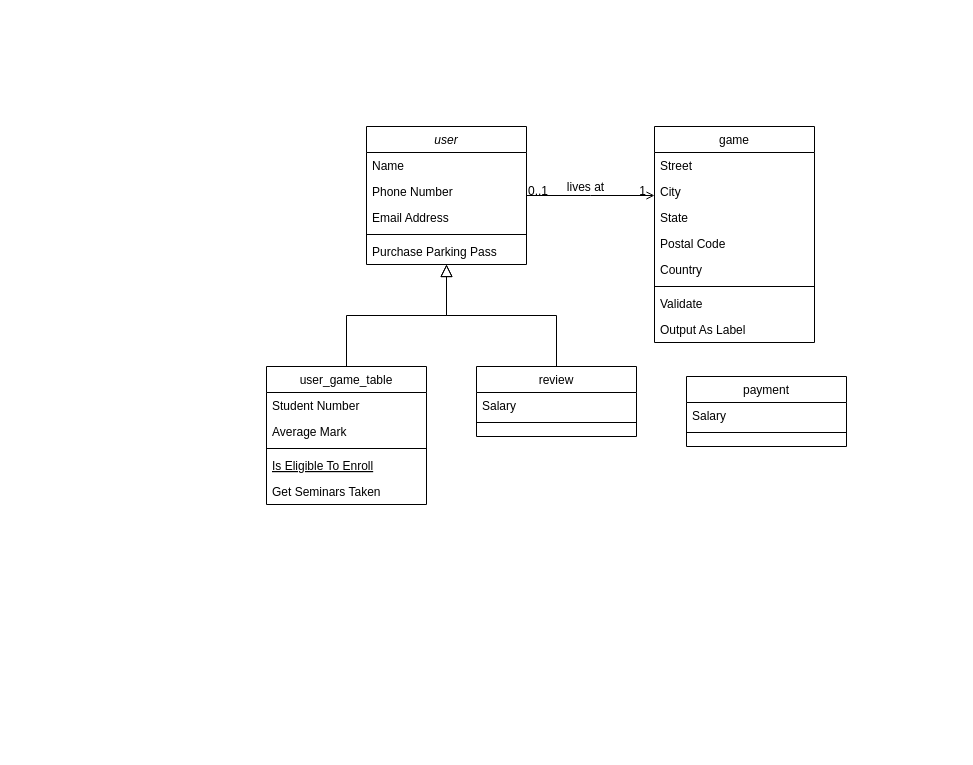
Earlier version of the draw.io diagram main_db.drawio (tomasferreiradesa/desarquivados-platform-db-schema). Source tidied: cells renumbered, new cells numbered last; positions are measured from the earlier drawing's top-left corner, leaving out a move shared by most shapes. Both pictures are drawn from the tidied source at 100%, with x=0, y=0 at pixel (266, 126).
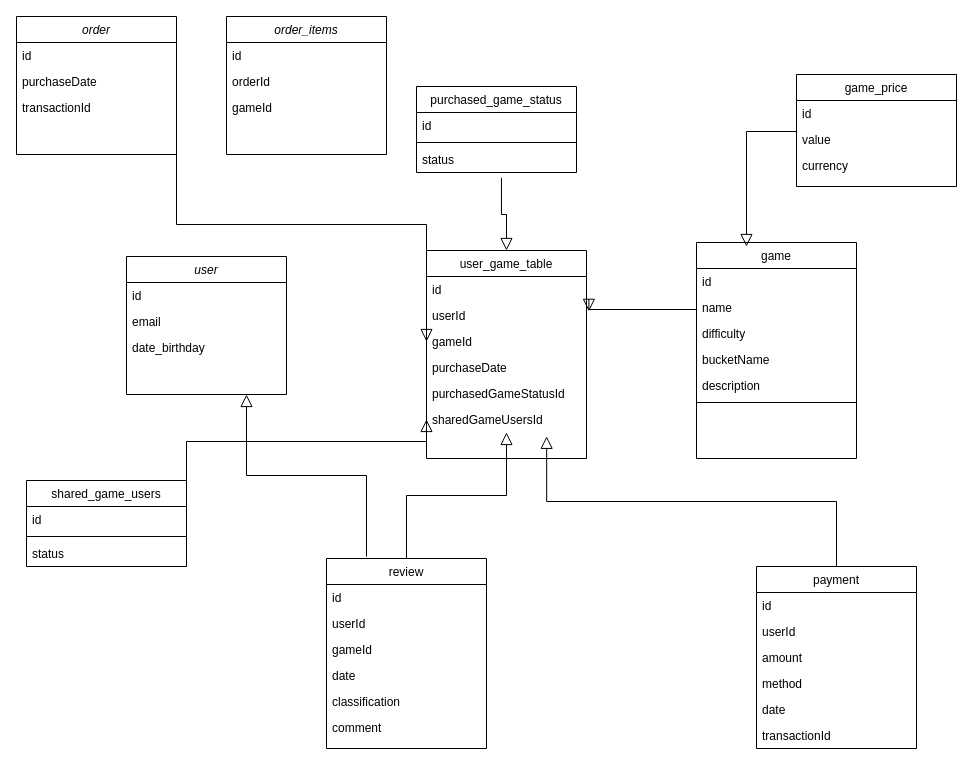
The same page after the edit.

What changed in the source:
```diff
@@
-    <mxCell id="2" value="user" style="swimlane;fontStyle=2;align=center;verticalAlign=top;horizontal=1;startSize=26;rounded=0;shadow=0;strokeWidth=1;" parent="1" vertex="1">
-      <mxGeometry x="100" width="160" height="138" as="geometry" />
+    <mxCell id="2" value="order" style="swimlane;fontStyle=2;align=center;verticalAlign=top;horizontal=1;startSize=26;rounded=0;shadow=0;strokeWidth=1;" parent="1" vertex="1">
+      <mxGeometry x="-250" y="-110" width="160" height="138" as="geometry" />
     </mxCell>
-    <mxCell id="3" value="Name" style="text;align=left;verticalAlign=top;spacingLeft=4;spacingRight=4;overflow=hidden;" parent="2" vertex="1">
+    <mxCell id="3" value="id" style="text;align=left;verticalAlign=top;spacingLeft=4;spacingRight=4;overflow=hidden;" parent="2" vertex="1">
       <mxGeometry y="26" width="160" height="26" as="geometry" />
     </mxCell>
-    <mxCell id="4" value="Phone Number" style="text;align=left;verticalAlign=top;spacingLeft=4;spacingRight=4;overflow=hidden;rounded=0;shadow=0;html=0;" parent="2" vertex="1">
+    <mxCell id="4" value="purchaseDate" style="text;align=left;verticalAlign=top;spacingLeft=4;spacingRight=4;overflow=hidden;rounded=0;shadow=0;html=0;" parent="2" vertex="1">
       <mxGeometry y="52" width="160" height="26" as="geometry" />
     </mxCell>
-    <mxCell id="5" value="Email Address" style="text;align=left;verticalAlign=top;spacingLeft=4;spacingRight=4;overflow=hidden;rounded=0;shadow=0;html=0;" parent="2" vertex="1">
-      <mxGeometry y="78" width="160" height="26" as="geometry" />
-    </mxCell>
-    <mxCell id="6" style="line;html=1;strokeWidth=1;align=left;verticalAlign=middle;spacingTop=-1;spacingLeft=3;spacingRight=3;labelPosition=right;" parent="2" vertex="1">
-      <mxGeometry y="104" width="160" height="8" as="geometry" />
-    </mxCell>
-    <mxCell id="7" value="Purchase Parking Pass" style="text;align=left;verticalAlign=top;spacingLeft=4;spacingRight=4;overflow=hidden;" parent="2" vertex="1">
-      <mxGeometry y="112" width="160" height="26" as="geometry" />
-    </mxCell>
+    <mxCell id="35" value="transactionId" style="text;align=left;verticalAlign=top;spacingLeft=4;spacingRight=4;overflow=hidden;points=[[0,0.5],[1,0.5]];portConstraint=eastwest;rounded=0;shadow=0;html=0;" parent="2" vertex="1">
+      <mxGeometry y="78" width="160" height="26" as="geometry" />
+    </mxCell>
     <mxCell id="8" value="user_game_table&#10;" style="swimlane;fontStyle=0;align=center;verticalAlign=top;horizontal=1;startSize=26;rounded=0;shadow=0;strokeWidth=1;" parent="1" vertex="1">
-      <mxGeometry y="240" width="160" height="138" as="geometry" />
+      <mxGeometry x="160" y="124" width="160" height="208" as="geometry" />
     </mxCell>
-    <mxCell id="9" value="Student Number" style="text;align=left;verticalAlign=top;spacingLeft=4;spacingRight=4;overflow=hidden;" parent="8" vertex="1">
+    <mxCell id="9" value="id" style="text;align=left;verticalAlign=top;spacingLeft=4;spacingRight=4;overflow=hidden;" parent="8" vertex="1">
       <mxGeometry y="26" width="160" height="26" as="geometry" />
     </mxCell>
+    <mxCell id="36" value="userId" style="text;align=left;verticalAlign=top;spacingLeft=4;spacingRight=4;overflow=hidden;points=[[0,0.5],[1,0.5]];portConstraint=eastwest;" parent="8" vertex="1">
+      <mxGeometry y="52" width="160" height="26" as="geometry" />
+    </mxCell>
-    <mxCell id="10" value="Average Mark" style="text;align=left;verticalAlign=top;spacingLeft=4;spacingRight=4;overflow=hidden;points=[[0,0.5],[1,0.5]];portConstraint=eastwest;rounded=0;shadow=0;html=0;" parent="8" vertex="1">
-      <mxGeometry y="52" width="160" height="26" as="geometry" />
+    <mxCell id="10" value="gameId" style="text;align=left;verticalAlign=top;spacingLeft=4;spacingRight=4;overflow=hidden;points=[[0,0.5],[1,0.5]];portConstraint=eastwest;rounded=0;shadow=0;html=0;" parent="8" vertex="1">
+      <mxGeometry y="78" width="160" height="26" as="geometry" />
     </mxCell>
-    <mxCell id="11" style="line;html=1;strokeWidth=1;align=left;verticalAlign=middle;spacingTop=-1;spacingLeft=3;spacingRight=3;labelPosition=right;" parent="8" vertex="1">
-      <mxGeometry y="78" width="160" height="8" as="geometry" />
-    </mxCell>
-    <mxCell id="12" value="Is Eligible To Enroll" style="text;align=left;verticalAlign=top;spacingLeft=4;spacingRight=4;overflow=hidden;fontStyle=4;" parent="8" vertex="1">
-      <mxGeometry y="86" width="160" height="26" as="geometry" />
-    </mxCell>
-    <mxCell id="13" value="Get Seminars Taken" style="text;align=left;verticalAlign=top;spacingLeft=4;spacingRight=4;overflow=hidden;" parent="8" vertex="1">
-      <mxGeometry y="112" width="160" height="26" as="geometry" />
-    </mxCell>
+    <mxCell id="37" value="purchaseDate" style="text;align=left;verticalAlign=top;spacingLeft=4;spacingRight=4;overflow=hidden;rounded=0;shadow=0;html=0;" parent="8" vertex="1">
+      <mxGeometry y="104" width="160" height="26" as="geometry" />
+    </mxCell>
+    <mxCell id="38" value="purchasedGameStatusId" style="text;align=left;verticalAlign=top;spacingLeft=4;spacingRight=4;overflow=hidden;rounded=0;shadow=0;html=0;" parent="8" vertex="1">
+      <mxGeometry y="130" width="160" height="26" as="geometry" />
+    </mxCell>
+    <mxCell id="39" value="sharedGameUsersId" style="text;align=left;verticalAlign=top;spacingLeft=4;spacingRight=4;overflow=hidden;points=[[0,0.5],[1,0.5]];portConstraint=eastwest;rounded=0;shadow=0;html=0;" parent="8" vertex="1">
+      <mxGeometry y="156" width="160" height="26" as="geometry" />
+    </mxCell>
-    <mxCell id="14" style="endArrow=block;endSize=10;endFill=0;shadow=0;strokeWidth=1;rounded=0;edgeStyle=elbowEdgeStyle;elbow=vertical;" parent="1" edge="1" source="8" target="2">
+    <mxCell id="14" style="endArrow=block;endSize=10;endFill=0;shadow=0;strokeWidth=1;rounded=0;edgeStyle=elbowEdgeStyle;elbow=vertical;exitX=1;exitY=0.5;exitDx=0;exitDy=0;entryX=0;entryY=0.5;entryDx=0;entryDy=0;" parent="1" edge="1" source="35" target="10">
       <mxGeometry relative="1" as="geometry" />
     </mxCell>
     <mxCell id="15" value="review" style="swimlane;fontStyle=0;align=center;verticalAlign=top;horizontal=1;startSize=26;rounded=0;shadow=0;strokeWidth=1;" parent="1" vertex="1">
-      <mxGeometry x="210" y="240" width="160" height="70" as="geometry" />
+      <mxGeometry x="60" y="432" width="160" height="190" as="geometry" />
     </mxCell>
-    <mxCell id="16" value="Salary" style="text;align=left;verticalAlign=top;spacingLeft=4;spacingRight=4;overflow=hidden;" parent="15" vertex="1">
+    <mxCell id="16" value="id" style="text;align=left;verticalAlign=top;spacingLeft=4;spacingRight=4;overflow=hidden;" parent="15" vertex="1">
       <mxGeometry y="26" width="160" height="26" as="geometry" />
     </mxCell>
-    <mxCell id="17" style="line;html=1;strokeWidth=1;align=left;verticalAlign=middle;spacingTop=-1;spacingLeft=3;spacingRight=3;labelPosition=right;" parent="15" vertex="1">
-      <mxGeometry y="52" width="160" height="8" as="geometry" />
-    </mxCell>
+    <mxCell id="40" value="userId" style="text;align=left;verticalAlign=top;spacingLeft=4;spacingRight=4;overflow=hidden;" parent="15" vertex="1">
+      <mxGeometry y="52" width="160" height="26" as="geometry" />
+    </mxCell>
+    <mxCell id="41" value="gameId" style="text;align=left;verticalAlign=top;spacingLeft=4;spacingRight=4;overflow=hidden;" parent="15" vertex="1">
+      <mxGeometry y="78" width="160" height="26" as="geometry" />
+    </mxCell>
+    <mxCell id="42" value="date" style="text;align=left;verticalAlign=top;spacingLeft=4;spacingRight=4;overflow=hidden;" parent="15" vertex="1">
+      <mxGeometry y="104" width="160" height="26" as="geometry" />
+    </mxCell>
+    <mxCell id="43" value="classification" style="text;align=left;verticalAlign=top;spacingLeft=4;spacingRight=4;overflow=hidden;" parent="15" vertex="1">
+      <mxGeometry y="130" width="160" height="26" as="geometry" />
+    </mxCell>
+    <mxCell id="44" value="comment" style="text;align=left;verticalAlign=top;spacingLeft=4;spacingRight=4;overflow=hidden;" parent="15" vertex="1">
+      <mxGeometry y="156" width="160" height="26" as="geometry" />
+    </mxCell>
-    <mxCell id="18" style="endArrow=block;endSize=10;endFill=0;shadow=0;strokeWidth=1;rounded=0;edgeStyle=elbowEdgeStyle;elbow=vertical;" parent="1" edge="1" source="15" target="2">
+    <mxCell id="18" style="endArrow=block;endSize=10;endFill=0;shadow=0;strokeWidth=1;rounded=0;edgeStyle=elbowEdgeStyle;elbow=vertical;" parent="1" edge="1" source="15" target="39">
       <mxGeometry relative="1" as="geometry" />
     </mxCell>
     <mxCell id="19" value="game" style="swimlane;fontStyle=0;align=center;verticalAlign=top;horizontal=1;startSize=26;rounded=0;shadow=0;strokeWidth=1;" parent="1" vertex="1">
-      <mxGeometry x="388" width="160" height="216" as="geometry" />
+      <mxGeometry x="430" y="116" width="160" height="216" as="geometry" />
     </mxCell>
-    <mxCell id="20" value="Street" style="text;align=left;verticalAlign=top;spacingLeft=4;spacingRight=4;overflow=hidden;" parent="19" vertex="1">
+    <mxCell id="20" value="id" style="text;align=left;verticalAlign=top;spacingLeft=4;spacingRight=4;overflow=hidden;" parent="19" vertex="1">
       <mxGeometry y="26" width="160" height="26" as="geometry" />
     </mxCell>
-    <mxCell id="21" value="City" style="text;align=left;verticalAlign=top;spacingLeft=4;spacingRight=4;overflow=hidden;points=[[0,0.5],[1,0.5]];portConstraint=eastwest;rounded=0;shadow=0;html=0;" parent="19" vertex="1">
+    <mxCell id="21" value="name" style="text;align=left;verticalAlign=top;spacingLeft=4;spacingRight=4;overflow=hidden;points=[[0,0.5],[1,0.5]];portConstraint=eastwest;rounded=0;shadow=0;html=0;" parent="19" vertex="1">
       <mxGeometry y="52" width="160" height="26" as="geometry" />
     </mxCell>
-    <mxCell id="22" value="State" style="text;align=left;verticalAlign=top;spacingLeft=4;spacingRight=4;overflow=hidden;rounded=0;shadow=0;html=0;" parent="19" vertex="1">
+    <mxCell id="22" value="difficulty" style="text;align=left;verticalAlign=top;spacingLeft=4;spacingRight=4;overflow=hidden;rounded=0;shadow=0;html=0;" parent="19" vertex="1">
       <mxGeometry y="78" width="160" height="26" as="geometry" />
     </mxCell>
-    <mxCell id="23" value="Postal Code" style="text;align=left;verticalAlign=top;spacingLeft=4;spacingRight=4;overflow=hidden;rounded=0;shadow=0;html=0;" parent="19" vertex="1">
+    <mxCell id="23" value="bucketName" style="text;align=left;verticalAlign=top;spacingLeft=4;spacingRight=4;overflow=hidden;rounded=0;shadow=0;html=0;" parent="19" vertex="1">
       <mxGeometry y="104" width="160" height="26" as="geometry" />
     </mxCell>
-    <mxCell id="24" value="Country" style="text;align=left;verticalAlign=top;spacingLeft=4;spacingRight=4;overflow=hidden;rounded=0;shadow=0;html=0;" parent="19" vertex="1">
+    <mxCell id="24" value="description" style="text;align=left;verticalAlign=top;spacingLeft=4;spacingRight=4;overflow=hidden;rounded=0;shadow=0;html=0;" parent="19" vertex="1">
       <mxGeometry y="130" width="160" height="26" as="geometry" />
     </mxCell>
@@
-    <mxCell id="26" value="Validate" style="text;align=left;verticalAlign=top;spacingLeft=4;spacingRight=4;overflow=hidden;" parent="19" vertex="1">
-      <mxGeometry y="164" width="160" height="26" as="geometry" />
-    </mxCell>
-    <mxCell id="27" value="Output As Label" style="text;align=left;verticalAlign=top;spacingLeft=4;spacingRight=4;overflow=hidden;" parent="19" vertex="1">
-      <mxGeometry y="190" width="160" height="26" as="geometry" />
-    </mxCell>
-    <mxCell id="28" style="endArrow=open;shadow=0;strokeWidth=1;rounded=0;endFill=1;edgeStyle=elbowEdgeStyle;elbow=vertical;" parent="1" edge="1" source="2" target="19">
-      <mxGeometry x="0.5" y="41" relative="1" as="geometry">
-        <mxPoint x="-40" y="32" as="offset" />
-      </mxGeometry>
-    </mxCell>
-    <mxCell id="29" value="0..1" style="align=left;verticalAlign=bottom;labelBackgroundColor=none;fontSize=12;" parent="28" vertex="1">
-      <mxGeometry x="-1" relative="1" as="geometry">
-        <mxPoint y="4" as="offset" />
-      </mxGeometry>
-    </mxCell>
-    <mxCell id="30" value="1" style="align=right;verticalAlign=bottom;labelBackgroundColor=none;fontSize=12;" parent="28" vertex="1">
-      <mxGeometry x="1" relative="1" as="geometry">
-        <mxPoint x="-7" y="4" as="offset" />
-      </mxGeometry>
-    </mxCell>
-    <mxCell id="31" value="lives at" style="text;html=1;align=center;verticalAlign=middle;labelBackgroundColor=none;rounded=0;shadow=0;strokeWidth=1;fontSize=12;" parent="28" vertex="1">
-      <mxGeometry x="0.5" y="49" relative="1" as="geometry">
-        <mxPoint x="-38" y="40" as="offset" />
-      </mxGeometry>
-    </mxCell>
     <mxCell id="32" value="payment" style="swimlane;fontStyle=0;align=center;verticalAlign=top;horizontal=1;startSize=26;rounded=0;shadow=0;strokeWidth=1;" parent="1" vertex="1">
-      <mxGeometry x="420" y="250" width="160" height="70" as="geometry" />
+      <mxGeometry x="490" y="440" width="160" height="182" as="geometry" />
     </mxCell>
-    <mxCell id="33" value="Salary" style="text;align=left;verticalAlign=top;spacingLeft=4;spacingRight=4;overflow=hidden;" parent="32" vertex="1">
-      <mxGeometry y="26" width="160" height="26" as="geometry" />
-    </mxCell>
-    <mxCell id="34" style="line;html=1;strokeWidth=1;align=left;verticalAlign=middle;spacingTop=-1;spacingLeft=3;spacingRight=3;labelPosition=right;" parent="32" vertex="1">
-      <mxGeometry y="52" width="160" height="8" as="geometry" />
-    </mxCell>
+    <mxCell id="45" value="id" style="text;align=left;verticalAlign=top;spacingLeft=4;spacingRight=4;overflow=hidden;rounded=0;shadow=0;html=0;" parent="32" vertex="1">
+      <mxGeometry y="26" width="160" height="26" as="geometry" />
+    </mxCell>
+    <mxCell id="46" value="userId" style="text;align=left;verticalAlign=top;spacingLeft=4;spacingRight=4;overflow=hidden;rounded=0;shadow=0;html=0;" parent="32" vertex="1">
+      <mxGeometry y="52" width="160" height="26" as="geometry" />
+    </mxCell>
+    <mxCell id="47" value="amount" style="text;align=left;verticalAlign=top;spacingLeft=4;spacingRight=4;overflow=hidden;rounded=0;shadow=0;html=0;" parent="32" vertex="1">
+      <mxGeometry y="78" width="160" height="26" as="geometry" />
+    </mxCell>
+    <mxCell id="48" value="method" style="text;align=left;verticalAlign=top;spacingLeft=4;spacingRight=4;overflow=hidden;rounded=0;shadow=0;html=0;" parent="32" vertex="1">
+      <mxGeometry y="104" width="160" height="26" as="geometry" />
+    </mxCell>
+    <mxCell id="49" value="date" style="text;align=left;verticalAlign=top;spacingLeft=4;spacingRight=4;overflow=hidden;rounded=0;shadow=0;html=0;" parent="32" vertex="1">
+      <mxGeometry y="130" width="160" height="26" as="geometry" />
+    </mxCell>
+    <mxCell id="50" value="transactionId" style="text;align=left;verticalAlign=top;spacingLeft=4;spacingRight=4;overflow=hidden;rounded=0;shadow=0;html=0;" parent="32" vertex="1">
+      <mxGeometry y="156" width="160" height="26" as="geometry" />
+    </mxCell>
+    <mxCell id="51" value="game_price" style="swimlane;fontStyle=0;align=center;verticalAlign=top;horizontal=1;startSize=26;rounded=0;shadow=0;strokeWidth=1;" parent="1" vertex="1">
+      <mxGeometry x="530" y="-52" width="160" height="112" as="geometry" />
+    </mxCell>
+    <mxCell id="52" value="id" style="text;align=left;verticalAlign=top;spacingLeft=4;spacingRight=4;overflow=hidden;" parent="51" vertex="1">
+      <mxGeometry y="26" width="160" height="26" as="geometry" />
+    </mxCell>
+    <mxCell id="53" value="value" style="text;align=left;verticalAlign=top;spacingLeft=4;spacingRight=4;overflow=hidden;" parent="51" vertex="1">
+      <mxGeometry y="52" width="160" height="26" as="geometry" />
+    </mxCell>
+    <mxCell id="54" value="currency" style="text;align=left;verticalAlign=top;spacingLeft=4;spacingRight=4;overflow=hidden;points=[[0,0.5],[1,0.5]];portConstraint=eastwest;" parent="51" vertex="1">
+      <mxGeometry y="78" width="160" height="26" as="geometry" />
+    </mxCell>
+    <mxCell id="55" value="purchased_game_status" style="swimlane;fontStyle=0;align=center;verticalAlign=top;horizontal=1;startSize=26;rounded=0;shadow=0;strokeWidth=1;" parent="1" vertex="1">
+      <mxGeometry x="150" y="-40" width="160" height="86" as="geometry" />
+    </mxCell>
+    <mxCell id="56" value="id" style="text;align=left;verticalAlign=top;spacingLeft=4;spacingRight=4;overflow=hidden;" parent="55" vertex="1">
+      <mxGeometry y="26" width="160" height="26" as="geometry" />
+    </mxCell>
+    <mxCell id="57" style="line;html=1;strokeWidth=1;align=left;verticalAlign=middle;spacingTop=-1;spacingLeft=3;spacingRight=3;labelPosition=right;" parent="55" vertex="1">
+      <mxGeometry y="52" width="160" height="8" as="geometry" />
+    </mxCell>
+    <mxCell id="58" value="status" style="text;align=left;verticalAlign=top;spacingLeft=4;spacingRight=4;overflow=hidden;points=[[0,0.5],[1,0.5]];portConstraint=eastwest;" parent="55" vertex="1">
+      <mxGeometry y="60" width="160" height="26" as="geometry" />
+    </mxCell>
+    <mxCell id="59" value="shared_game_users" style="swimlane;fontStyle=0;align=center;verticalAlign=top;horizontal=1;startSize=26;rounded=0;shadow=0;strokeWidth=1;" parent="1" vertex="1">
+      <mxGeometry x="-240" y="354" width="160" height="86" as="geometry" />
+    </mxCell>
+    <mxCell id="60" value="id" style="text;align=left;verticalAlign=top;spacingLeft=4;spacingRight=4;overflow=hidden;points=[[0,0.5],[1,0.5]];portConstraint=eastwest;" parent="59" vertex="1">
+      <mxGeometry y="26" width="160" height="26" as="geometry" />
+    </mxCell>
+    <mxCell id="61" style="line;html=1;strokeWidth=1;align=left;verticalAlign=middle;spacingTop=-1;spacingLeft=3;spacingRight=3;labelPosition=right;" parent="59" vertex="1">
+      <mxGeometry y="52" width="160" height="8" as="geometry" />
+    </mxCell>
+    <mxCell id="62" value="status" style="text;align=left;verticalAlign=top;spacingLeft=4;spacingRight=4;overflow=hidden;" parent="59" vertex="1">
+      <mxGeometry y="60" width="160" height="26" as="geometry" />
+    </mxCell>
+    <mxCell id="63" style="endArrow=block;endSize=10;endFill=0;shadow=0;strokeWidth=1;rounded=0;edgeStyle=elbowEdgeStyle;elbow=vertical;entryX=0.5;entryY=0;entryDx=0;entryDy=0;exitX=0.531;exitY=1.205;exitDx=0;exitDy=0;exitPerimeter=0;" parent="1" edge="1" source="58" target="8">
+      <mxGeometry relative="1" as="geometry" />
+    </mxCell>
+    <mxCell id="64" style="endArrow=block;endSize=10;endFill=0;shadow=0;strokeWidth=1;rounded=0;edgeStyle=elbowEdgeStyle;elbow=vertical;entryX=0;entryY=0.5;entryDx=0;entryDy=0;exitX=1;exitY=0.5;exitDx=0;exitDy=0;" parent="1" edge="1" source="60" target="39">
+      <mxGeometry relative="1" as="geometry">
+        <Array as="points">
+          <mxPoint x="70" y="315" />
+        </Array>
+      </mxGeometry>
+    </mxCell>
+    <mxCell id="65" style="endArrow=block;endSize=10;endFill=0;shadow=0;strokeWidth=1;rounded=0;edgeStyle=elbowEdgeStyle;elbow=vertical;entryX=0.75;entryY=0;entryDx=0;entryDy=0;exitX=0;exitY=0.5;exitDx=0;exitDy=0;" parent="1" edge="1" source="54">
+      <mxGeometry relative="1" as="geometry">
+        <mxPoint x="480" y="120" as="targetPoint" />
+        <Array as="points">
+          <mxPoint x="520" y="5" />
+        </Array>
+      </mxGeometry>
+    </mxCell>
+    <mxCell id="66" style="endArrow=block;endSize=10;endFill=0;shadow=0;strokeWidth=1;rounded=0;edgeStyle=elbowEdgeStyle;elbow=vertical;entryX=1.015;entryY=0.34;entryDx=0;entryDy=0;exitX=0;exitY=0.5;exitDx=0;exitDy=0;entryPerimeter=0;" parent="1" edge="1" source="21" target="36">
+      <mxGeometry relative="1" as="geometry" />
+    </mxCell>
+    <mxCell id="67" style="endArrow=block;endSize=10;endFill=0;shadow=0;strokeWidth=1;rounded=0;edgeStyle=elbowEdgeStyle;elbow=vertical;exitX=0.5;exitY=0;exitDx=0;exitDy=0;entryX=0.751;entryY=1.147;entryDx=0;entryDy=0;entryPerimeter=0;" parent="1" edge="1" source="32" target="39">
+      <mxGeometry relative="1" as="geometry" />
+    </mxCell>
+    <mxCell id="68" value="user" style="swimlane;fontStyle=2;align=center;verticalAlign=top;horizontal=1;startSize=26;rounded=0;shadow=0;strokeWidth=1;" parent="1" vertex="1">
+      <mxGeometry x="-140" y="130" width="160" height="138" as="geometry" />
+    </mxCell>
+    <mxCell id="69" value="id" style="text;align=left;verticalAlign=top;spacingLeft=4;spacingRight=4;overflow=hidden;" parent="68" vertex="1">
+      <mxGeometry y="26" width="160" height="26" as="geometry" />
+    </mxCell>
+    <mxCell id="70" value="email" style="text;align=left;verticalAlign=top;spacingLeft=4;spacingRight=4;overflow=hidden;rounded=0;shadow=0;html=0;" parent="68" vertex="1">
+      <mxGeometry y="52" width="160" height="26" as="geometry" />
+    </mxCell>
+    <mxCell id="71" value="date_birthday" style="text;align=left;verticalAlign=top;spacingLeft=4;spacingRight=4;overflow=hidden;rounded=0;shadow=0;html=0;" parent="68" vertex="1">
+      <mxGeometry y="78" width="160" height="26" as="geometry" />
+    </mxCell>
+    <mxCell id="72" value="order_items" style="swimlane;fontStyle=2;align=center;verticalAlign=top;horizontal=1;startSize=26;rounded=0;shadow=0;strokeWidth=1;" parent="1" vertex="1">
+      <mxGeometry x="-40" y="-110" width="160" height="138" as="geometry" />
+    </mxCell>
+    <mxCell id="73" value="id" style="text;align=left;verticalAlign=top;spacingLeft=4;spacingRight=4;overflow=hidden;" parent="72" vertex="1">
+      <mxGeometry y="26" width="160" height="26" as="geometry" />
+    </mxCell>
+    <mxCell id="74" value="orderId" style="text;align=left;verticalAlign=top;spacingLeft=4;spacingRight=4;overflow=hidden;rounded=0;shadow=0;html=0;" parent="72" vertex="1">
+      <mxGeometry y="52" width="160" height="26" as="geometry" />
+    </mxCell>
+    <mxCell id="75" value="gameId" style="text;align=left;verticalAlign=top;spacingLeft=4;spacingRight=4;overflow=hidden;rounded=0;shadow=0;html=0;" parent="72" vertex="1">
+      <mxGeometry y="78" width="160" height="26" as="geometry" />
+    </mxCell>
+    <mxCell id="76" style="endArrow=block;endSize=10;endFill=0;shadow=0;strokeWidth=1;rounded=0;edgeStyle=elbowEdgeStyle;elbow=vertical;entryX=0.75;entryY=1;entryDx=0;entryDy=0;" parent="1" edge="1" target="68">
+      <mxGeometry relative="1" as="geometry">
+        <mxPoint x="100" y="430" as="sourcePoint" />
+      </mxGeometry>
+    </mxCell>
```
